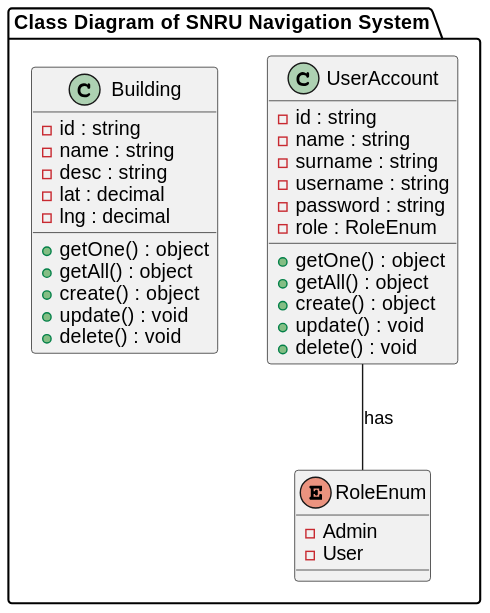
Before: sa/class-diagram.svg, a diagram exported from PlantUML (billowdev/flask-api-aco-shortest-path).
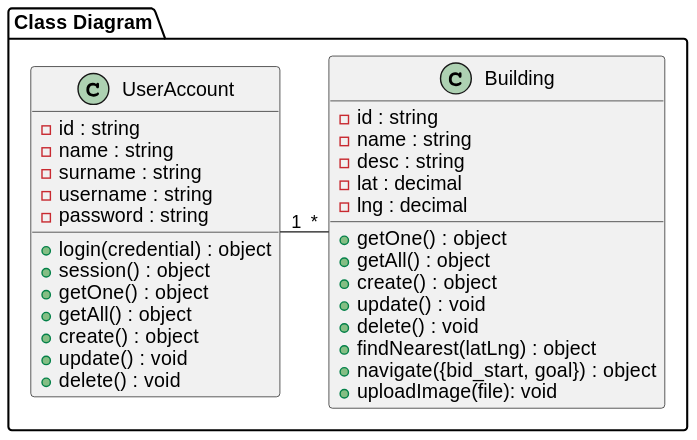
After the commit.

Commit message:
update class diagram

What changed in the source:
```diff
@@ -1,5 +1,5 @@
 @startuml
-package "Class Diagram  of SNRU Navigation System" {
+package "Class Diagram" {
 
 class UserAccount {
     - id : string
@@ -7,8 +7,8 @@
     - surname : string
     - username : string
     - password : string
-    - role : RoleEnum
-
+        + login(credential) : object
+        + session() : object
         + getOne() : object
         + getAll() : object
         + create() : object
@@ -16,10 +16,6 @@
         + delete() : void
 }
 
-Enum RoleEnum {
-    - Admin
-    - User
-}
 
 class Building {
     - id : string
@@ -33,10 +29,13 @@
     + create() : object
     + update() : void
     + delete() : void
+    + findNearest(latLng) : object
+    + navigate({bid_start, goal}) : object
+    + uploadImage(file): void
 }
 
 }
 
 
-UserAccount -- RoleEnum : "has"
+UserAccount "1" -right- "*" Building
 @enduml
```
